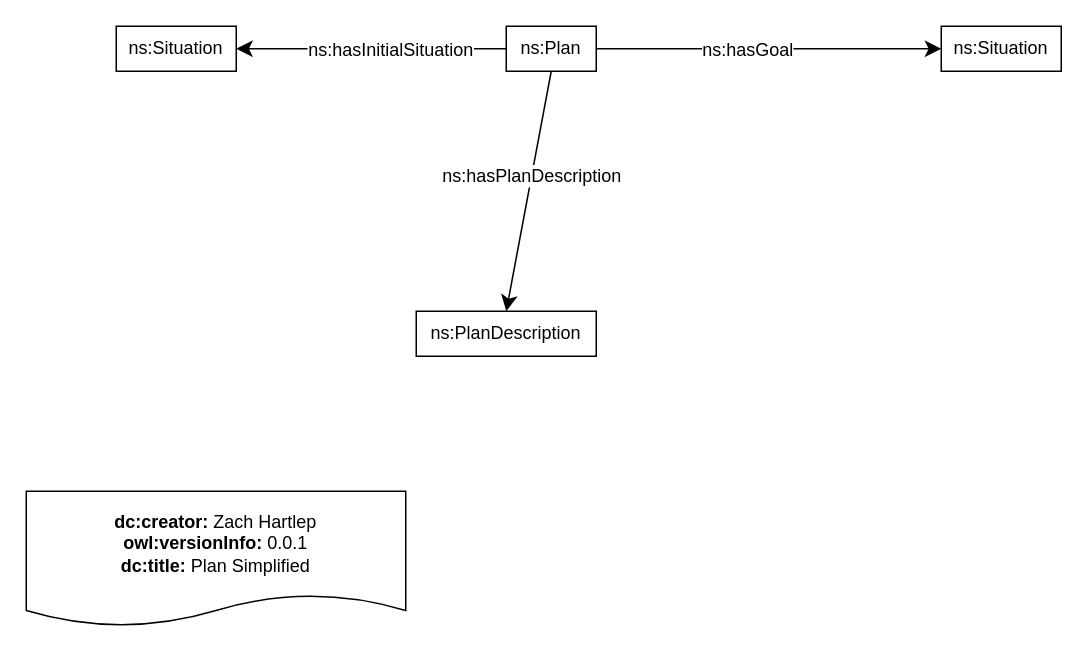
Earlier version of the draw.io diagram MODL Library Simplified/planSimplified.drawio (nd-crane/Drawio-experiments). Source tidied: cells renumbered, new cells numbered last; positions are measured from the earlier drawing's top-left corner, leaving out a move shared by most shapes. Both pictures are drawn from the tidied source at 150%, with x=0, y=0 at pixel (26, 26).
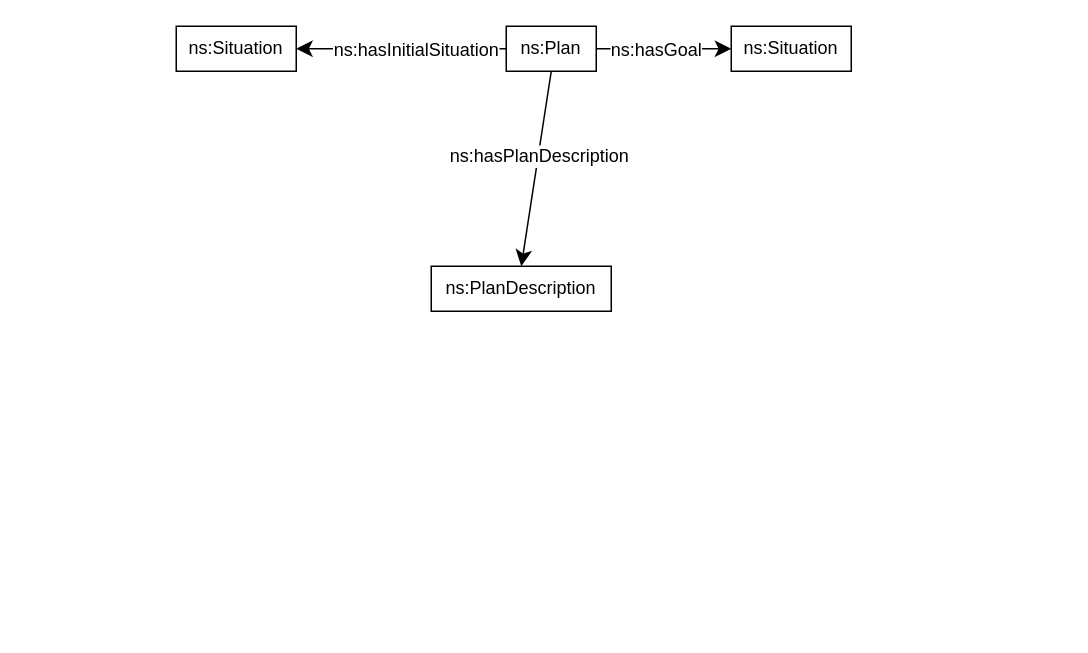
After the change.

Commit message:
plan pattern

The edit, as a diff of the source:
```diff
@@
 <mxGraphModel>
   <root>
     <mxCell id="0" />
     <mxCell id="1" parent="0" />
-    <mxCell id="2" value="&lt;div&gt;&lt;b&gt;dc:creator:&lt;/b&gt;&amp;nbsp;Zach Hartlep&lt;/div&gt;&lt;div&gt;&lt;b&gt;owl:versionInfo:&lt;/b&gt; 0.0.1&lt;/div&gt;&lt;div&gt;&lt;b&gt;dc:title:&lt;/b&gt;&amp;nbsp;Plan Simplified&lt;/div&gt;" style="shape=document;whiteSpace=wrap;html=1;boundedLbl=1;labelBackgroundColor=#ffffff;strokeColor=#000000;fontSize=12;fontColor=#000000;size=0.23333333333333334;" parent="1" vertex="1">
-      <mxGeometry y="310" width="253" height="90" as="geometry" />
-    </mxCell>
     <mxCell id="3" value="ns:Plan" style="rounded=0;whiteSpace=wrap;html=1;snapToPoint=1;points=[[0.1,0],[0.2,0],[0.3,0],[0.4,0],[0.5,0],[0.6,0],[0.7,0],[0.8,0],[0.9,0],[0,0.1],[0,0.3],[0,0.5],[0,0.7],[0,0.9],[0.1,1],[0.2,1],[0.3,1],[0.4,1],[0.5,1],[0.6,1],[0.7,1],[0.8,1],[0.9,1],[1,0.1],[1,0.3],[1,0.5],[1,0.7],[1,0.9]];" parent="1" vertex="1">
       <mxGeometry x="320" width="60" height="30" as="geometry" />
     </mxCell>
     <mxCell id="4" value="ns:Situation" style="rounded=0;whiteSpace=wrap;html=1;snapToPoint=1;points=[[0.1,0],[0.2,0],[0.3,0],[0.4,0],[0.5,0],[0.6,0],[0.7,0],[0.8,0],[0.9,0],[0,0.1],[0,0.3],[0,0.5],[0,0.7],[0,0.9],[0.1,1],[0.2,1],[0.3,1],[0.4,1],[0.5,1],[0.6,1],[0.7,1],[0.8,1],[0.9,1],[1,0.1],[1,0.3],[1,0.5],[1,0.7],[1,0.9]];" parent="1" vertex="1">
-      <mxGeometry x="60" width="80" height="30" as="geometry" />
+      <mxGeometry x="100" width="80" height="30" as="geometry" />
     </mxCell>
     <mxCell id="5" value="ns:Situation" style="rounded=0;whiteSpace=wrap;html=1;snapToPoint=1;points=[[0.1,0],[0.2,0],[0.3,0],[0.4,0],[0.5,0],[0.6,0],[0.7,0],[0.8,0],[0.9,0],[0,0.1],[0,0.3],[0,0.5],[0,0.7],[0,0.9],[0.1,1],[0.2,1],[0.3,1],[0.4,1],[0.5,1],[0.6,1],[0.7,1],[0.8,1],[0.9,1],[1,0.1],[1,0.3],[1,0.5],[1,0.7],[1,0.9]];" parent="1" vertex="1">
-      <mxGeometry x="610" width="80" height="30" as="geometry" />
+      <mxGeometry x="470" width="80" height="30" as="geometry" />
     </mxCell>
     <mxCell id="6" value="ns:PlanDescription" style="rounded=0;whiteSpace=wrap;html=1;snapToPoint=1;points=[[0.1,0],[0.2,0],[0.3,0],[0.4,0],[0.5,0],[0.6,0],[0.7,0],[0.8,0],[0.9,0],[0,0.1],[0,0.3],[0,0.5],[0,0.7],[0,0.9],[0.1,1],[0.2,1],[0.3,1],[0.4,1],[0.5,1],[0.6,1],[0.7,1],[0.8,1],[0.9,1],[1,0.1],[1,0.3],[1,0.5],[1,0.7],[1,0.9]];" parent="1" vertex="1">
-      <mxGeometry x="260" y="190" width="120" height="30" as="geometry" />
+      <mxGeometry x="270" y="160" width="120" height="30" as="geometry" />
     </mxCell>
     <mxCell id="7" style="endArrow=classic;html=1;exitX=1;exitY=0.5;exitDx=0;exitDy=0;entryX=0;entryY=0.5;entryDx=0;entryDy=0;endSize=8;arcSize=0;" parent="1" edge="1" source="3" target="5">
       <mxGeometry relative="1" as="geometry" />
     </mxCell>
     <mxCell id="8" value="ns:hasGoal" style="text;html=1;align=center;verticalAlign=middle;labelBackgroundColor=#ffffff;" parent="7" vertex="1">
       <mxGeometry x="-0.13" relative="1" as="geometry" />
     </mxCell>
-    <mxCell id="9" style="endArrow=classic;html=1;exitX=1;exitY=0.5;exitDx=0;exitDy=0;endSize=8;arcSize=0;" parent="1" edge="1">
-      <mxGeometry relative="1" as="geometry">
-        <mxPoint x="350" y="30" as="sourcePoint" />
-        <mxPoint x="320" y="190" as="targetPoint" />
-      </mxGeometry>
+    <mxCell id="9" style="endArrow=classic;html=1;exitX=0.5;exitY=1;exitDx=0;exitDy=0;endSize=8;arcSize=0;entryX=0.5;entryY=0;entryDx=0;entryDy=0;" parent="1" edge="1" source="3" target="6">
+      <mxGeometry relative="1" as="geometry" />
     </mxCell>
     <mxCell id="10" value="ns:hasPlanDescription" style="text;html=1;align=center;verticalAlign=middle;labelBackgroundColor=#ffffff;" parent="9" vertex="1">
       <mxGeometry x="-0.13" relative="1" as="geometry" />
     </mxCell>
-    <mxCell id="11" style="endArrow=classic;html=1;exitX=0;exitY=0.5;exitDx=0;exitDy=0;endSize=8;arcSize=0;" parent="1" edge="1" source="3">
-      <mxGeometry relative="1" as="geometry">
-        <mxPoint x="140" y="15" as="targetPoint" />
-      </mxGeometry>
+    <mxCell id="11" style="endArrow=classic;html=1;exitX=0;exitY=0.5;exitDx=0;exitDy=0;endSize=8;arcSize=0;entryX=1;entryY=0.5;entryDx=0;entryDy=0;" parent="1" edge="1" source="3" target="4">
+      <mxGeometry relative="1" as="geometry" />
     </mxCell>
     <mxCell id="12" value="ns:hasInitialSituation" style="text;html=1;align=center;verticalAlign=middle;labelBackgroundColor=#ffffff;" parent="11" vertex="1">
       <mxGeometry x="-0.13" relative="1" as="geometry" />
     </mxCell>
   </root>
 </mxGraphModel>
```
